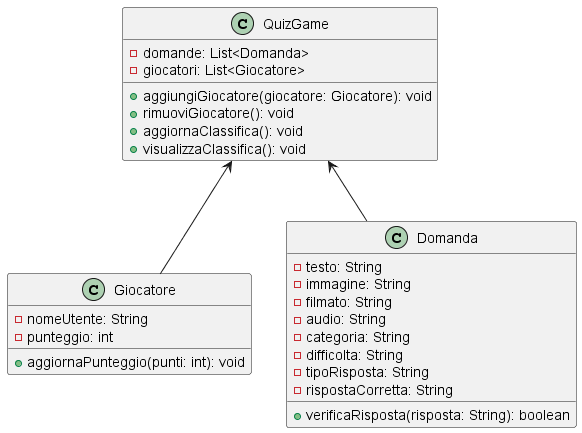
Above: 7_Allegati/DiagrammaClassi/DiagrammaClassi.png in AndreaCasamatta1/Progetto-QuizGame (PlantUML), before the change.
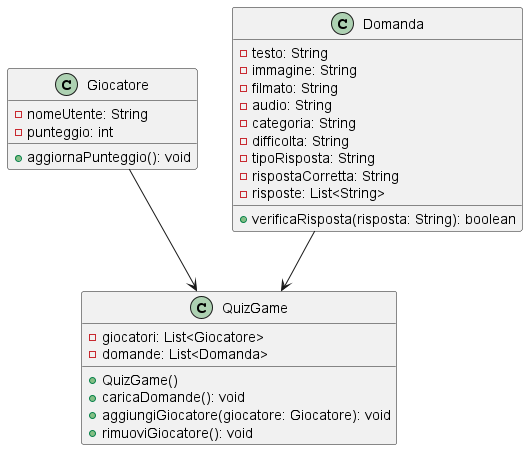
Above is the later version.

Change to the diagram source:
```diff
@@ -2,7 +2,7 @@
 class Giocatore {
   - nomeUtente: String
   - punteggio: int
-  + aggiornaPunteggio(punti: int): void
+  + aggiornaPunteggio(): void
 }
 
 class Domanda {
@@ -14,20 +14,19 @@
   - difficolta: String
   - tipoRisposta: String
   - rispostaCorretta: String
+  - risposte: List<String>
   + verificaRisposta(risposta: String): boolean
 }
 
 class QuizGame {
+  - giocatori: List<Giocatore>
   - domande: List<Domanda>
-  - giocatori: List<Giocatore>
+  + QuizGame()
+  + caricaDomande(): void
   + aggiungiGiocatore(giocatore: Giocatore): void
   + rimuoviGiocatore(): void
-  + aggiornaClassifica(): void
-  + visualizzaClassifica(): void
 }
 
-Giocatore-u->QuizGame
-Domanda-u->QuizGame
-
-
+Giocatore --> QuizGame
+Domanda --> QuizGame
 @enduml
```
